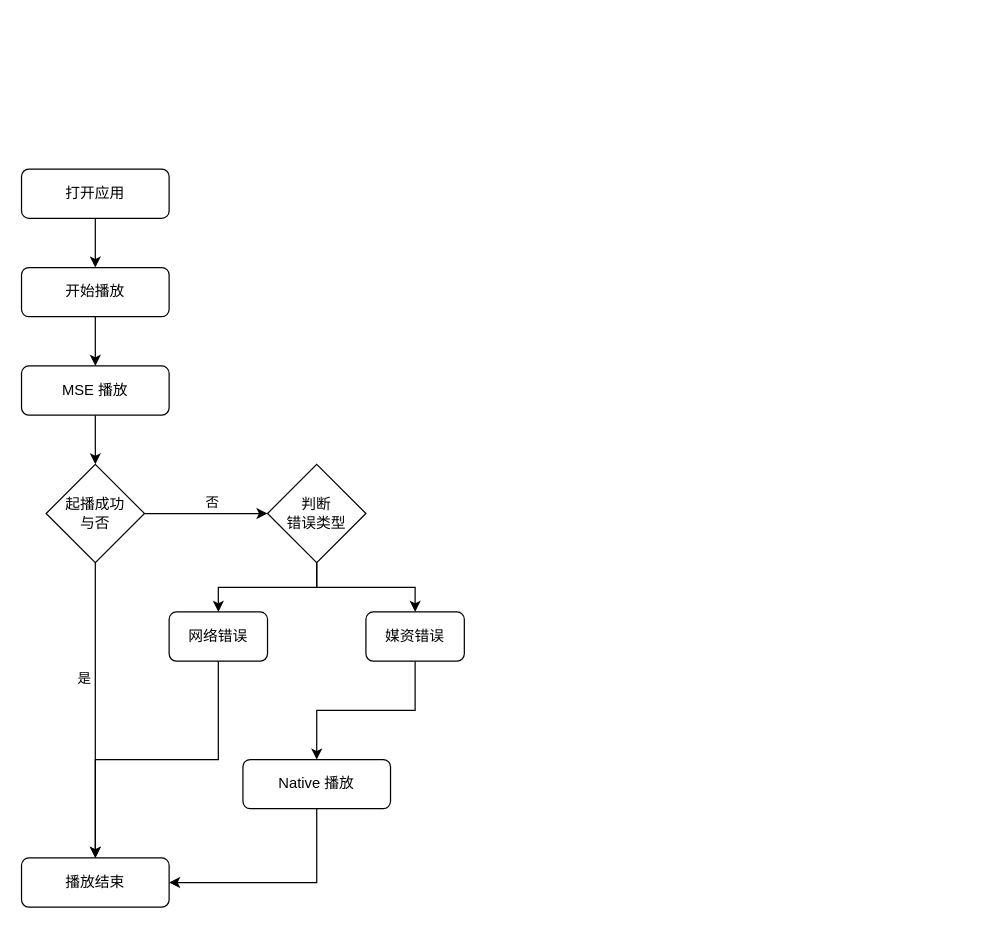
Above: HiPlayer.drawio in LeeDebug/drawio (draw.io), before the change. Source tidied: cells renumbered, new cells numbered last; positions are measured from the earlier drawing's top-left corner, leaving out a move shared by most shapes. Both pictures are drawn from the tidied source at 123%, with x=0, y=0 at pixel (21, 169).
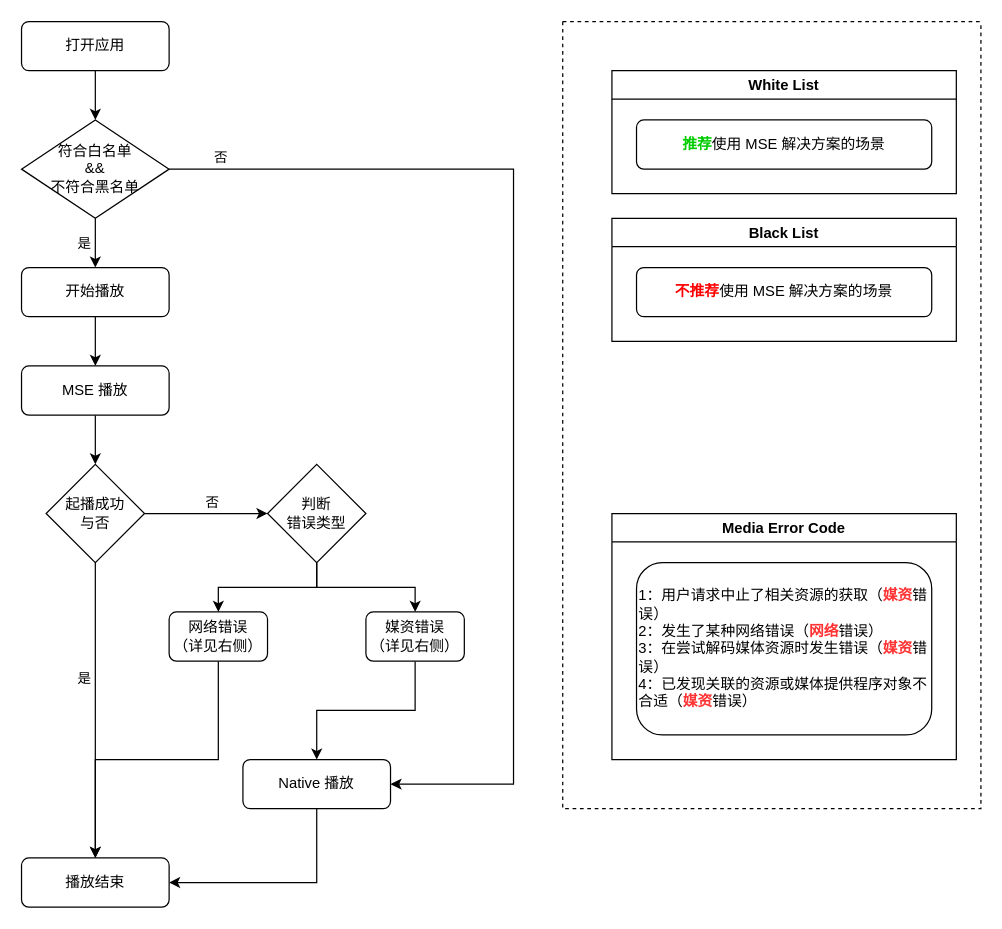
Above is the later version.

Unchanged cells that the change refers to:
```xml
<mxCell id="12" value="Native 播放" style="rounded=1;whiteSpace=wrap;html=1;" parent="1" vertex="1">
  <mxGeometry x="180" y="480" width="120" height="40" as="geometry" />
</mxCell>
<mxCell id="15" value="开始播放" style="rounded=1;whiteSpace=wrap;html=1;" parent="1" vertex="1">
  <mxGeometry y="80" width="120" height="40" as="geometry" />
</mxCell>
```

The edit, as a diff of the source:
```diff
@@
-    <mxCell id="2" style="edgeStyle=orthogonalEdgeStyle;rounded=0;jettySize=auto;html=1;exitX=0.5;exitY=1;exitDx=0;exitDy=0;entryX=0.5;entryY=0;entryDx=0;entryDy=0;" parent="1" edge="1" source="3" target="15">
-      <mxGeometry relative="1" as="geometry" />
-    </mxCell>
+    <mxCell id="23" style="edgeStyle=orthogonalEdgeStyle;rounded=0;jettySize=auto;html=1;exitX=0.5;exitY=1;exitDx=0;exitDy=0;entryX=0.5;entryY=0;entryDx=0;entryDy=0;" parent="1" edge="1" source="3" target="28">
+      <mxGeometry relative="1" as="geometry" />
+    </mxCell>
     <mxCell id="3" value="打开应用" style="rounded=1;whiteSpace=wrap;html=1;" parent="1" vertex="1">
-      <mxGeometry width="120" height="40" as="geometry" />
+      <mxGeometry y="-120" width="120" height="40" as="geometry" />
     </mxCell>
@@
-    <mxCell id="20" value="网络错误" style="rounded=1;whiteSpace=wrap;html=1;" parent="1" vertex="1">
+    <mxCell id="20" value="网络错误&lt;br&gt;（详见右侧）" style="rounded=1;whiteSpace=wrap;html=1;" parent="1" vertex="1">
       <mxGeometry x="120" y="360" width="80" height="40" as="geometry" />
     </mxCell>
@@
-    <mxCell id="22" value="媒资错误" style="rounded=1;whiteSpace=wrap;html=1;" parent="1" vertex="1">
+    <mxCell id="22" value="媒资错误&lt;br&gt;（详见右侧）" style="rounded=1;whiteSpace=wrap;html=1;" parent="1" vertex="1">
       <mxGeometry x="280" y="360" width="80" height="40" as="geometry" />
     </mxCell>
+    <mxCell id="24" style="edgeStyle=orthogonalEdgeStyle;rounded=0;jettySize=auto;html=1;exitX=0.5;exitY=1;exitDx=0;exitDy=0;entryX=0.5;entryY=0;entryDx=0;entryDy=0;" parent="1" edge="1" source="28" target="15">
+      <mxGeometry relative="1" as="geometry" />
+    </mxCell>
+    <mxCell id="25" value="是" style="edgeLabel;html=1;align=center;verticalAlign=middle;" parent="24" vertex="1">
+      <mxGeometry x="-0.19" y="-3" relative="1" as="geometry">
+        <mxPoint x="-7" y="4" as="offset" />
+      </mxGeometry>
+    </mxCell>
+    <mxCell id="26" style="edgeStyle=orthogonalEdgeStyle;rounded=0;jettySize=auto;html=1;exitX=1;exitY=0.5;exitDx=0;exitDy=0;entryX=1;entryY=0.5;entryDx=0;entryDy=0;" parent="1" edge="1" source="28" target="12">
+      <mxGeometry relative="1" as="geometry">
+        <Array as="points">
+          <mxPoint x="400" />
+          <mxPoint x="400" y="500" />
+        </Array>
+      </mxGeometry>
+    </mxCell>
+    <mxCell id="27" value="否" style="edgeLabel;html=1;align=center;verticalAlign=middle;" parent="26" vertex="1">
+      <mxGeometry x="-0.92" y="4" relative="1" as="geometry">
+        <mxPoint x="6" y="-6" as="offset" />
+      </mxGeometry>
+    </mxCell>
+    <mxCell id="28" value="符合白名单&lt;br&gt;&amp;amp;&amp;amp;&lt;br&gt;不符合黑名单" style="rhombus;whiteSpace=wrap;html=1;" parent="1" vertex="1">
+      <mxGeometry y="-40" width="120" height="80" as="geometry" />
+    </mxCell>
+    <mxCell id="29" style="swimlane;startSize=0;rounded=0;shadow=0;dashed=1;fontSize=12;fillColor=none;" parent="1" vertex="1">
+      <mxGeometry x="440" y="-120" width="340" height="640" as="geometry" />
+    </mxCell>
+    <mxCell id="30" value="White List" style="swimlane;startSize=23;" parent="29" vertex="1">
+      <mxGeometry x="40" y="40" width="280" height="100" as="geometry" />
+    </mxCell>
+    <mxCell id="31" value="&lt;font color=&quot;#00cc00&quot;&gt;&lt;b&gt;推荐&lt;/b&gt;&lt;/font&gt;使用 MSE 解决方案的场景" style="rounded=1;whiteSpace=wrap;html=1;align=center;" parent="30" vertex="1">
+      <mxGeometry x="20" y="40" width="240" height="40" as="geometry" />
+    </mxCell>
+    <mxCell id="32" value="Black List" style="swimlane;startSize=23;" parent="29" vertex="1">
+      <mxGeometry x="40" y="160" width="280" height="100" as="geometry" />
+    </mxCell>
+    <mxCell id="33" value="&lt;font color=&quot;#ff0000&quot;&gt;&lt;b&gt;不推荐&lt;/b&gt;&lt;/font&gt;使用 MSE 解决方案的场景" style="rounded=1;whiteSpace=wrap;html=1;align=center;" parent="32" vertex="1">
+      <mxGeometry x="20" y="40" width="240" height="40" as="geometry" />
+    </mxCell>
+    <mxCell id="34" value="Media Error Code" style="swimlane;" parent="29" vertex="1">
+      <mxGeometry x="40" y="400" width="280" height="200" as="geometry" />
+    </mxCell>
+    <mxCell id="35" value="&lt;p style=&quot;line-height: 1.2;&quot;&gt;&lt;/p&gt;&lt;div&gt;1：用户请求中止了相关资源的获取（&lt;font color=&quot;#ff3333&quot;&gt;&lt;b&gt;媒资&lt;/b&gt;&lt;/font&gt;错误）&lt;/div&gt;&lt;div&gt;2：发生了某种网络错误（&lt;font color=&quot;#ff3333&quot;&gt;&lt;b&gt;网络&lt;/b&gt;&lt;/font&gt;错误）&lt;/div&gt;&lt;div&gt;3：在尝试解码媒体资源时发生错误（&lt;font color=&quot;#ff3333&quot;&gt;&lt;b&gt;媒资&lt;/b&gt;&lt;/font&gt;错误）&lt;/div&gt;&lt;div&gt;4：已发现关联的资源或媒体提供程序对象不合适（&lt;font color=&quot;#ff3333&quot;&gt;&lt;b&gt;媒资&lt;/b&gt;&lt;/font&gt;错误）&lt;/div&gt;&lt;p&gt;&lt;/p&gt;" style="rounded=1;whiteSpace=wrap;html=1;align=left;" parent="34" vertex="1">
+      <mxGeometry x="20" y="40" width="240" height="140" as="geometry" />
+    </mxCell>
```
